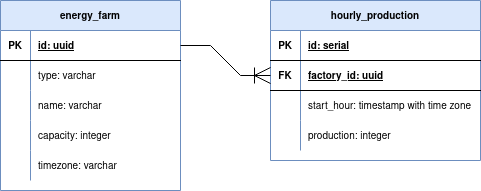
Above: resources/diagrams/data_model.png in gavinklfong/factory-productivity-app (draw.io), before the change. Source tidied: cells renumbered, new cells last; positions are measured from the earlier drawing's top-left corner, leaving out a move shared by most shapes. Its diagram source:
```xml
<mxGraphModel>
  <root>
    <mxCell id="0" />
    <mxCell id="1" parent="0" />
    <mxCell id="2" value="energy_farm" style="shape=table;startSize=30;rowLines=0;fontStyle=1;align=center;fontSize=10;fillColor=#dae8fc;strokeColor=#6c8ebf;" parent="1" vertex="1">
      <mxGeometry width="180" height="190" as="geometry" />
    </mxCell>
    <mxCell id="3" style="shape=tableRow;horizontal=0;startSize=0;swimlaneHead=0;swimlaneBody=0;fillColor=none;points=[[0,0.5],[1,0.5]];portConstraint=eastwest;top=0;left=0;right=0;bottom=1;fontSize=10;" parent="2" vertex="1">
      <mxGeometry y="30" width="180" height="30" as="geometry" />
    </mxCell>
    <mxCell id="4" value="PK" style="shape=partialRectangle;fillColor=none;top=0;left=0;bottom=0;right=0;fontStyle=1;overflow=hidden;fontSize=10;" parent="3" vertex="1">
      <mxGeometry width="30" height="30" as="geometry" />
    </mxCell>
    <mxCell id="5" value="id: uuid" style="shape=partialRectangle;fillColor=none;top=0;left=0;bottom=0;right=0;align=left;spacingLeft=6;fontStyle=5;overflow=hidden;fontSize=10;" parent="3" vertex="1">
      <mxGeometry x="30" width="150" height="30" as="geometry" />
    </mxCell>
    <mxCell id="6" style="shape=tableRow;horizontal=0;startSize=0;swimlaneHead=0;swimlaneBody=0;fillColor=none;top=0;left=0;right=0;bottom=0;fontSize=10;" parent="2" vertex="1">
      <mxGeometry y="60" width="180" height="30" as="geometry" />
    </mxCell>
    <mxCell id="7" style="shape=partialRectangle;fillColor=none;top=0;left=0;bottom=0;right=0;overflow=hidden;fontSize=10;" parent="6" vertex="1">
      <mxGeometry width="30" height="30" as="geometry" />
    </mxCell>
    <mxCell id="8" value="type: varchar" style="shape=partialRectangle;fillColor=none;top=0;left=0;bottom=0;right=0;align=left;spacingLeft=6;overflow=hidden;fontSize=10;" parent="6" vertex="1">
      <mxGeometry x="30" width="150" height="30" as="geometry" />
    </mxCell>
    <mxCell id="9" style="shape=tableRow;horizontal=0;startSize=0;swimlaneHead=0;swimlaneBody=0;fillColor=none;top=0;left=0;right=0;bottom=0;fontSize=10;" parent="2" vertex="1">
      <mxGeometry y="90" width="180" height="30" as="geometry" />
    </mxCell>
    <mxCell id="10" style="shape=partialRectangle;fillColor=none;top=0;left=0;bottom=0;right=0;overflow=hidden;fontSize=10;" parent="9" vertex="1">
      <mxGeometry width="30" height="30" as="geometry" />
    </mxCell>
    <mxCell id="11" value="name: varchar" style="shape=partialRectangle;fillColor=none;top=0;left=0;bottom=0;right=0;align=left;spacingLeft=6;overflow=hidden;fontSize=10;" parent="9" vertex="1">
      <mxGeometry x="30" width="150" height="30" as="geometry" />
    </mxCell>
    <mxCell id="12" style="shape=tableRow;horizontal=0;startSize=0;swimlaneHead=0;swimlaneBody=0;fillColor=none;top=0;left=0;right=0;bottom=0;fontSize=10;" parent="2" vertex="1">
      <mxGeometry y="120" width="180" height="30" as="geometry" />
    </mxCell>
    <mxCell id="13" style="shape=partialRectangle;fillColor=none;top=0;left=0;bottom=0;right=0;overflow=hidden;fontSize=10;" parent="12" vertex="1">
      <mxGeometry width="30" height="30" as="geometry" />
    </mxCell>
    <mxCell id="14" value="capacity: integer" style="shape=partialRectangle;fillColor=none;top=0;left=0;bottom=0;right=0;align=left;spacingLeft=6;overflow=hidden;fontSize=10;" parent="12" vertex="1">
      <mxGeometry x="30" width="150" height="30" as="geometry" />
    </mxCell>
    <mxCell id="15" style="shape=tableRow;horizontal=0;startSize=0;swimlaneHead=0;swimlaneBody=0;fillColor=none;top=0;left=0;right=0;bottom=0;fontSize=10;" parent="2" vertex="1">
      <mxGeometry y="150" width="180" height="30" as="geometry" />
    </mxCell>
    <mxCell id="16" style="shape=partialRectangle;fillColor=none;top=0;left=0;bottom=0;right=0;overflow=hidden;fontSize=10;" parent="15" vertex="1">
      <mxGeometry width="30" height="30" as="geometry" />
    </mxCell>
    <mxCell id="17" value="timezone: varchar" style="shape=partialRectangle;fillColor=none;top=0;left=0;bottom=0;right=0;align=left;spacingLeft=6;overflow=hidden;fontSize=10;" parent="15" vertex="1">
      <mxGeometry x="30" width="150" height="30" as="geometry" />
    </mxCell>
    <mxCell id="18" value="hourly_production" style="shape=table;startSize=30;rowLines=0;fontStyle=1;align=center;fontSize=10;fillColor=#dae8fc;strokeColor=#6c8ebf;" parent="1" vertex="1">
      <mxGeometry x="270" width="210" height="160" as="geometry" />
    </mxCell>
    <mxCell id="19" style="shape=tableRow;horizontal=0;startSize=0;swimlaneHead=0;swimlaneBody=0;fillColor=none;top=0;left=0;right=0;bottom=1;fontSize=10;" parent="18" vertex="1">
      <mxGeometry y="30" width="210" height="30" as="geometry" />
    </mxCell>
    <mxCell id="20" value="PK" style="shape=partialRectangle;fillColor=none;top=0;left=0;bottom=0;right=0;fontStyle=1;overflow=hidden;fontSize=10;" parent="19" vertex="1">
      <mxGeometry width="30" height="30" as="geometry" />
    </mxCell>
    <mxCell id="21" value="id: serial" style="shape=partialRectangle;fillColor=none;top=0;left=0;bottom=0;right=0;align=left;spacingLeft=6;fontStyle=5;overflow=hidden;fontSize=10;" parent="19" vertex="1">
      <mxGeometry x="30" width="180" height="30" as="geometry" />
    </mxCell>
    <mxCell id="22" style="shape=tableRow;horizontal=0;startSize=0;swimlaneHead=0;swimlaneBody=0;fillColor=none;points=[[0,0.5],[1,0.5]];portConstraint=eastwest;top=0;left=0;right=0;bottom=1;fontSize=10;" parent="18" vertex="1">
      <mxGeometry y="60" width="210" height="30" as="geometry" />
    </mxCell>
    <mxCell id="23" value="FK" style="shape=partialRectangle;fillColor=none;top=0;left=0;bottom=0;right=0;fontStyle=1;overflow=hidden;fontSize=10;" parent="22" vertex="1">
      <mxGeometry width="30" height="30" as="geometry" />
    </mxCell>
    <mxCell id="24" value="factory_id: uuid" style="shape=partialRectangle;fillColor=none;top=0;left=0;bottom=0;right=0;align=left;spacingLeft=6;fontStyle=5;overflow=hidden;fontSize=10;" parent="22" vertex="1">
      <mxGeometry x="30" width="180" height="30" as="geometry" />
    </mxCell>
    <mxCell id="25" style="shape=tableRow;horizontal=0;startSize=0;swimlaneHead=0;swimlaneBody=0;fillColor=none;top=0;left=0;right=0;bottom=0;fontSize=10;" parent="18" vertex="1">
      <mxGeometry y="90" width="210" height="30" as="geometry" />
    </mxCell>
    <mxCell id="26" style="shape=partialRectangle;fillColor=none;top=0;left=0;bottom=0;right=0;overflow=hidden;fontSize=10;" parent="25" vertex="1">
      <mxGeometry width="30" height="30" as="geometry" />
    </mxCell>
    <mxCell id="27" value="start_hour: timestamp with time zone" style="shape=partialRectangle;fillColor=none;top=0;left=0;bottom=0;right=0;align=left;spacingLeft=6;overflow=hidden;fontSize=10;" parent="25" vertex="1">
      <mxGeometry x="30" width="180" height="30" as="geometry" />
    </mxCell>
    <mxCell id="28" style="shape=tableRow;horizontal=0;startSize=0;swimlaneHead=0;swimlaneBody=0;fillColor=none;top=0;left=0;right=0;bottom=0;fontSize=10;" parent="18" vertex="1">
      <mxGeometry y="120" width="210" height="30" as="geometry" />
    </mxCell>
    <mxCell id="29" style="shape=partialRectangle;fillColor=none;top=0;left=0;bottom=0;right=0;overflow=hidden;fontSize=10;" parent="28" vertex="1">
      <mxGeometry width="30" height="30" as="geometry" />
    </mxCell>
    <mxCell id="30" value="production: integer" style="shape=partialRectangle;fillColor=none;top=0;left=0;bottom=0;right=0;align=left;spacingLeft=6;overflow=hidden;fontSize=10;" parent="28" vertex="1">
      <mxGeometry x="30" width="180" height="30" as="geometry" />
    </mxCell>
    <mxCell id="31" style="edgeStyle=entityRelationEdgeStyle;fontSize=12;html=1;endArrow=ERoneToMany;rounded=0;endSize=14;exitX=1;exitY=0.5;exitDx=0;exitDy=0;" parent="1" edge="1" source="3" target="22">
      <mxGeometry relative="1" as="geometry" />
    </mxCell>
  </root>
</mxGraphModel>
```
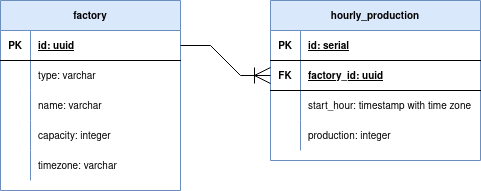
After the commit.

Commit message:
updated data model diagram

The edit, as a diff of the source:
```diff
@@ -2,7 +2,7 @@
   <root>
     <mxCell id="0" />
     <mxCell id="1" parent="0" />
-    <mxCell id="2" value="energy_farm" style="shape=table;startSize=30;rowLines=0;fontStyle=1;align=center;fontSize=10;fillColor=#dae8fc;strokeColor=#6c8ebf;" parent="1" vertex="1">
+    <mxCell id="2" value="factory" style="shape=table;startSize=30;rowLines=0;fontStyle=1;align=center;fontSize=10;fillColor=#dae8fc;strokeColor=#6c8ebf;" parent="1" vertex="1">
       <mxGeometry width="180" height="190" as="geometry" />
     </mxCell>
     <mxCell id="3" style="shape=tableRow;horizontal=0;startSize=0;swimlaneHead=0;swimlaneBody=0;fillColor=none;points=[[0,0.5],[1,0.5]];portConstraint=eastwest;top=0;left=0;right=0;bottom=1;fontSize=10;" parent="2" vertex="1">
```
